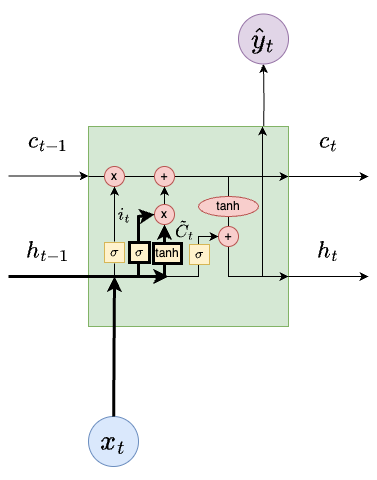
Earlier version of the draw.io export ds701_book/drawio/InputGateLayer.png (tools4ds/DS701-Course-Notes). Source tidied: cells renumbered, new cells last; positions are measured from the earlier drawing's top-left corner, leaving out a move shared by most shapes.
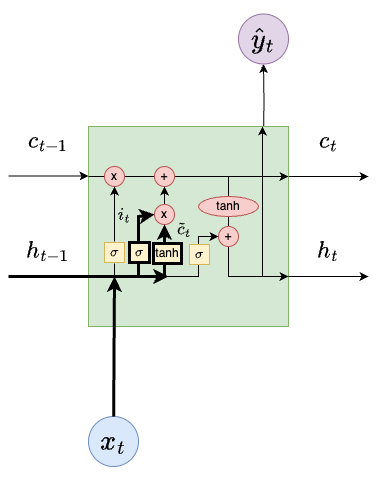
The same diagram one commit later.

Commit message:
Revise typos and figures

Change to the diagram source:
```diff
@@ -151,7 +151,7 @@
     <mxCell id="36" value="&lt;font style=&quot;font-size: 15px;&quot;&gt;$$i_t$$&lt;/font&gt;" style="text;html=1;align=center;verticalAlign=middle;whiteSpace=wrap;rounded=0;" parent="1" vertex="1">
       <mxGeometry x="86" y="185" width="60" height="30" as="geometry" />
     </mxCell>
-    <mxCell id="37" value="&lt;font style=&quot;font-size: 15px;&quot;&gt;$$\tilde{C}_t$$&lt;/font&gt;" style="text;html=1;align=center;verticalAlign=middle;whiteSpace=wrap;rounded=0;" parent="1" vertex="1">
+    <mxCell id="37" value="&lt;font style=&quot;font-size: 15px;&quot;&gt;$$\tilde{c}_t$$&lt;/font&gt;" style="text;html=1;align=center;verticalAlign=middle;whiteSpace=wrap;rounded=0;" parent="1" vertex="1">
       <mxGeometry x="146" y="200" width="60" height="30" as="geometry" />
     </mxCell>
   </root>
```
